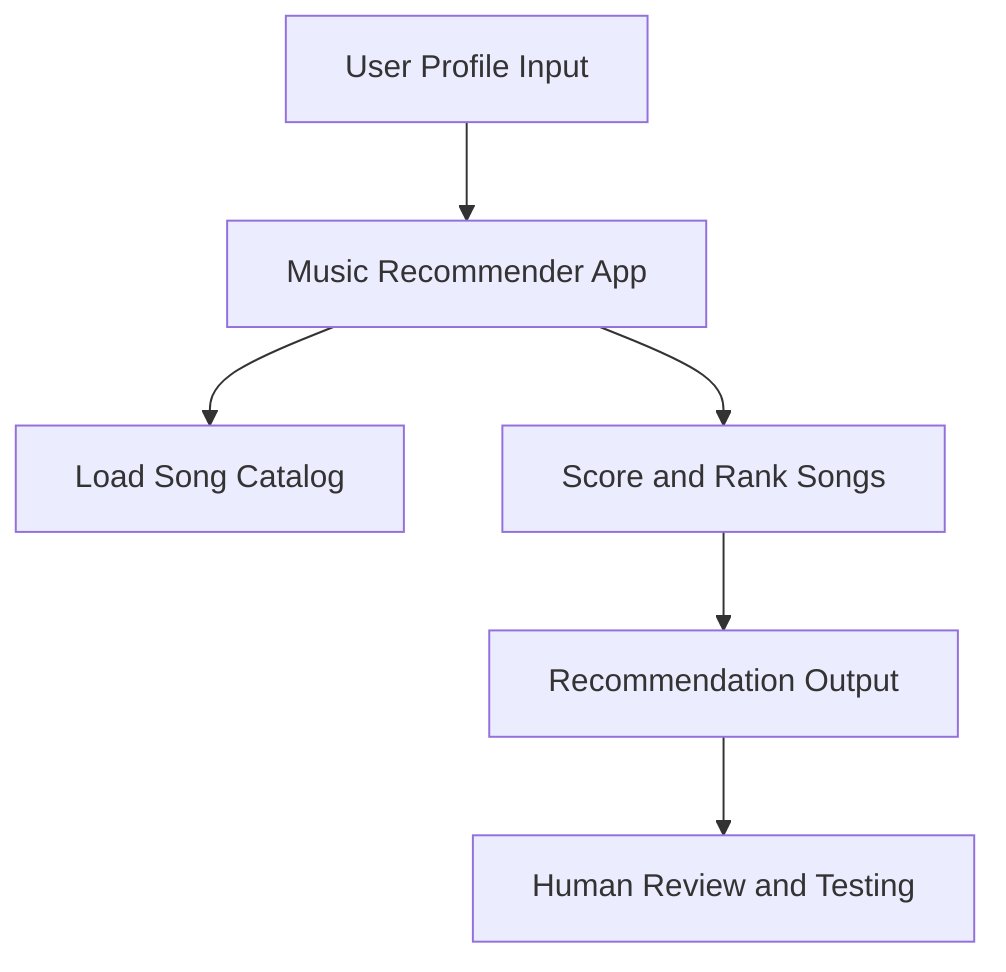
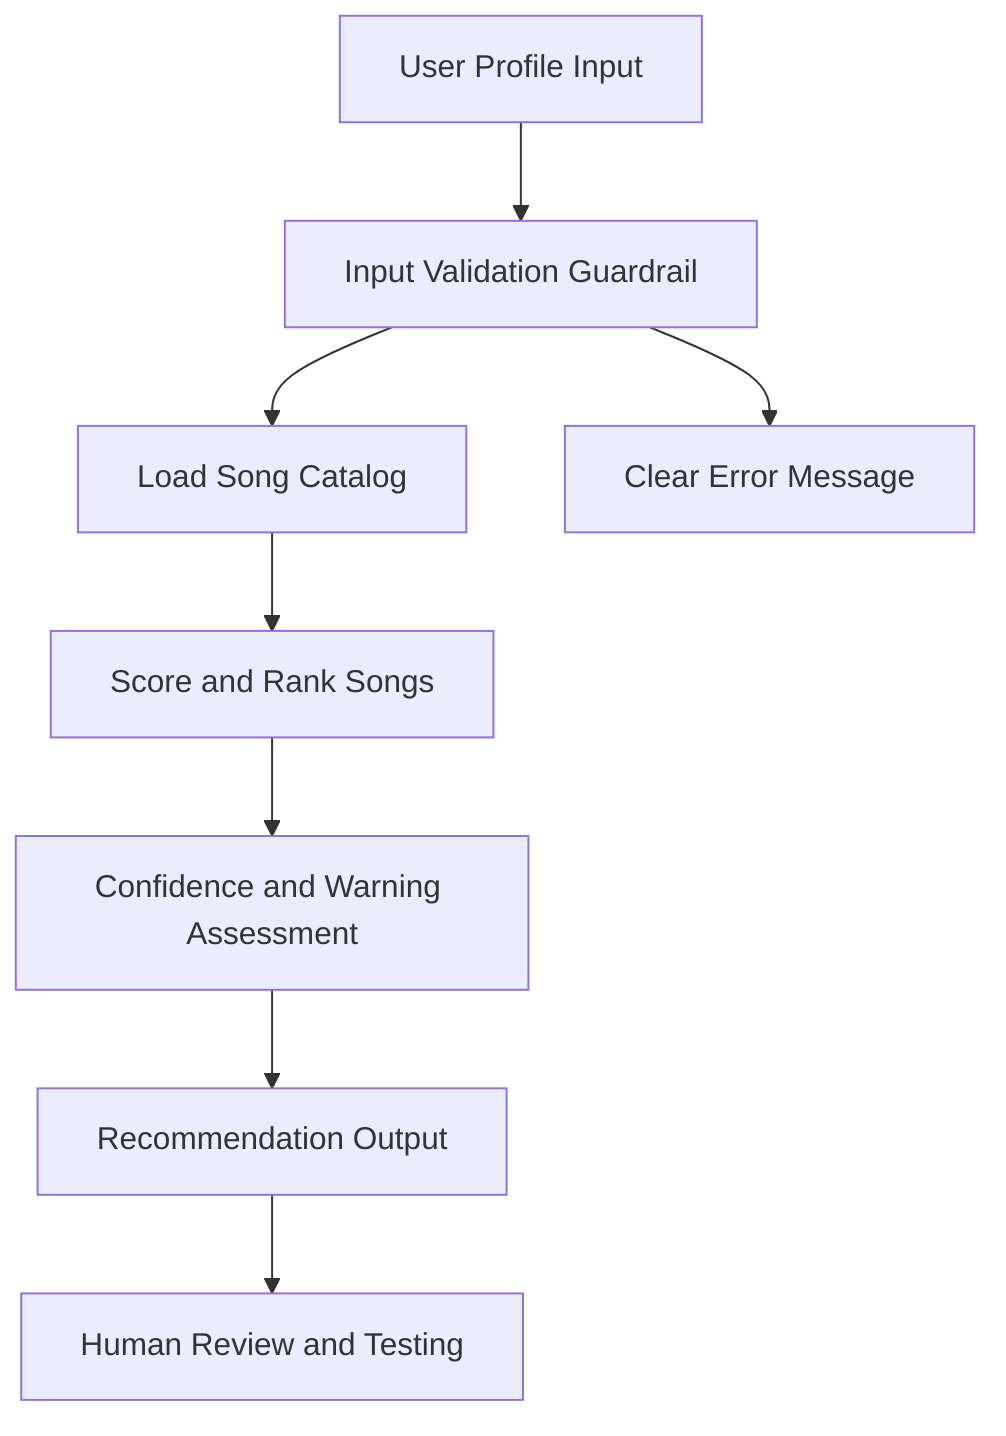
flowchart TD
-     A[User Profile Input] --> B[Music Recommender App]
+     A[User Profile Input] --> B[Input Validation Guardrail]
    B --> C[Load Song Catalog]
-     B --> D[Score and Rank Songs]
-     D --> E[Recommendation Output]
-     E --> F[Human Review and Testing]
+     C --> D[Score and Rank Songs]
+     D --> E[Confidence and Warning Assessment]
+     E --> F[Recommendation Output]
+     F --> G[Human Review and Testing]
+     B --> H[Clear Error Message]
